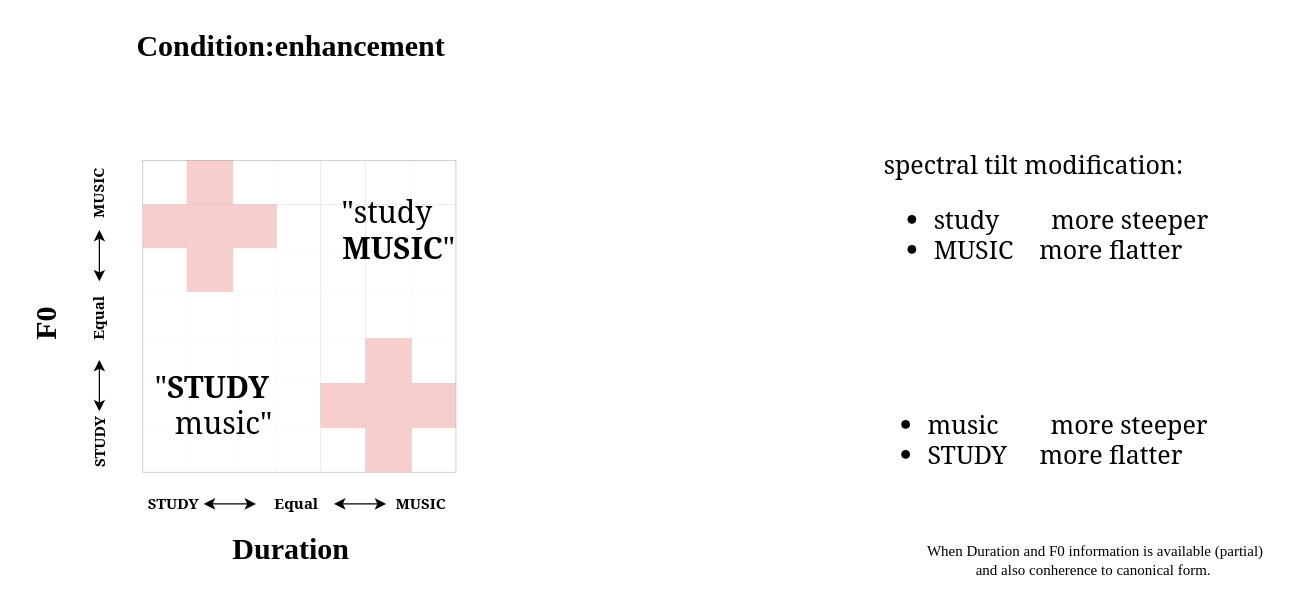
N1r/harmonic_demo keeps this draw.io diagram as Untitled Diagram.drawio. Above is the earlier version. Source tidied: cells renumbered, new cells numbered last; positions are measured from the earlier drawing's top-left corner, leaving out a move shared by most shapes. Both pictures are drawn from the tidied source at 125%, with x=0, y=0 at pixel (-58, 21).
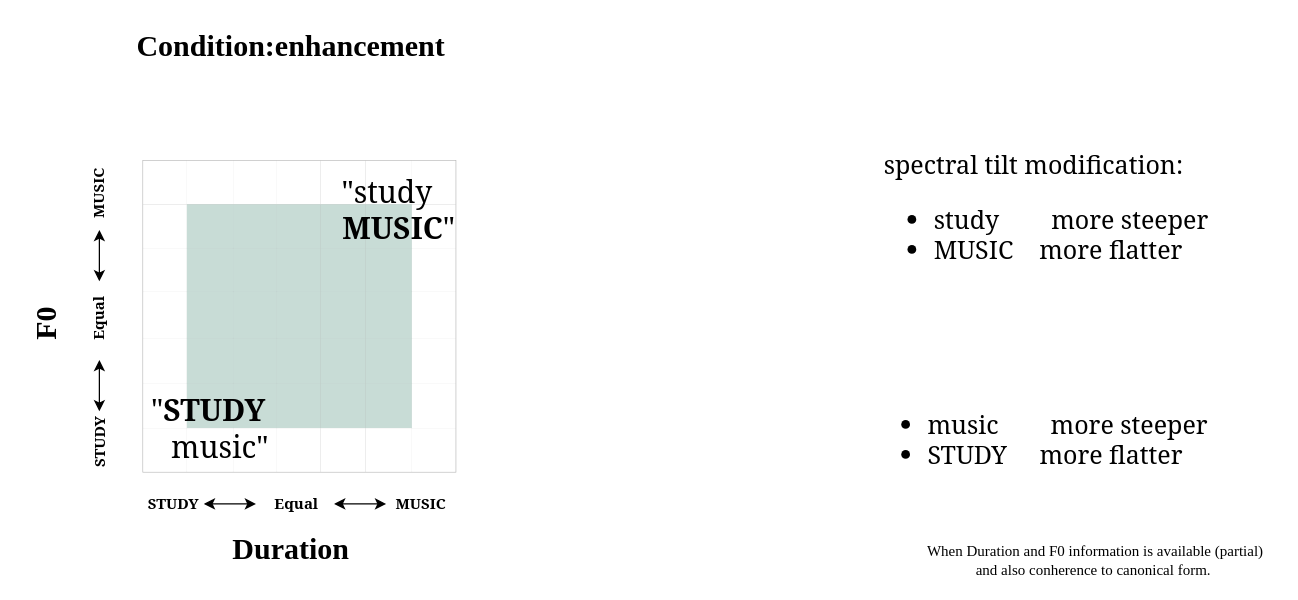
After the change.

Unchanged cells that the change refers to:
```xml
<mxCell id="3" style="shape=tableRow;horizontal=0;startSize=0;swimlaneHead=0;swimlaneBody=0;top=0;left=0;bottom=0;right=0;fillColor=none;fontFamily=Georgia;swimlaneFillColor=none;strokeColor=#CCCCCC;" parent="2" vertex="1">
  <mxGeometry width="250" height="35" as="geometry" />
</mxCell>
<mxCell id="11" style="shape=tableRow;horizontal=0;startSize=0;swimlaneHead=0;swimlaneBody=0;top=0;left=0;bottom=0;right=0;fillColor=none;fontFamily=Georgia;swimlaneFillColor=none;strokeColor=#CCCCCC;" parent="2" vertex="1">
  <mxGeometry y="35" width="250" height="35" as="geometry" />
</mxCell>
<mxCell id="19" style="shape=tableRow;horizontal=0;startSize=0;swimlaneHead=0;swimlaneBody=0;top=0;left=0;bottom=0;right=0;fillColor=none;fontFamily=Georgia;swimlaneFillColor=none;strokeColor=#CCCCCC;" parent="2" vertex="1">
  <mxGeometry y="70" width="250" height="35" as="geometry" />
</mxCell>
<mxCell id="27" style="shape=tableRow;horizontal=0;startSize=0;swimlaneHead=0;swimlaneBody=0;top=0;left=0;bottom=0;right=0;fillColor=none;fontFamily=Georgia;swimlaneFillColor=none;strokeColor=#CCCCCC;" parent="2" vertex="1">
  <mxGeometry y="105" width="250" height="37" as="geometry" />
</mxCell>
<mxCell id="35" style="shape=tableRow;horizontal=0;startSize=0;swimlaneHead=0;swimlaneBody=0;top=0;left=0;bottom=0;right=0;fillColor=none;fontFamily=Georgia;swimlaneFillColor=none;strokeColor=#CCCCCC;" parent="2" vertex="1">
  <mxGeometry y="142" width="250" height="36" as="geometry" />
</mxCell>
<mxCell id="43" style="shape=tableRow;horizontal=0;startSize=0;swimlaneHead=0;swimlaneBody=0;top=0;left=0;bottom=0;right=0;fillColor=none;fontFamily=Georgia;swimlaneFillColor=none;strokeColor=#CCCCCC;" parent="2" vertex="1">
  <mxGeometry y="178" width="250" height="36" as="geometry" />
</mxCell>
<mxCell id="51" style="shape=tableRow;horizontal=0;startSize=0;swimlaneHead=0;swimlaneBody=0;top=0;left=0;bottom=0;right=0;fillColor=none;fontFamily=Georgia;swimlaneFillColor=none;strokeColor=#CCCCCC;" parent="2" vertex="1">
  <mxGeometry y="214" width="250" height="35" as="geometry" />
</mxCell>
```

What changed in the source:
```diff
@@
-    <mxCell id="5" style="shape=partialRectangle;html=1;whiteSpace=wrap;top=0;left=0;bottom=0;right=0;overflow=hidden;fontFamily=Georgia;swimlaneFillColor=none;fillColor=#f8cecc;strokeColor=#b85450;" parent="3" vertex="1">
+    <mxCell id="5" style="shape=partialRectangle;html=1;whiteSpace=wrap;top=0;left=0;bottom=0;right=0;overflow=hidden;fontFamily=Georgia;swimlaneFillColor=none;" parent="3" vertex="1">
       <mxGeometry x="35" width="37" height="35" as="geometry" />
     </mxCell>
@@
-    <mxCell id="12" style="shape=partialRectangle;html=1;whiteSpace=wrap;top=0;left=0;bottom=0;right=0;overflow=hidden;fontFamily=Georgia;swimlaneFillColor=none;fillColor=#f8cecc;strokeColor=#b85450;" parent="11" vertex="1">
+    <mxCell id="12" style="shape=partialRectangle;html=1;whiteSpace=wrap;top=0;left=0;bottom=0;right=0;overflow=hidden;fontFamily=Georgia;swimlaneFillColor=none;" parent="11" vertex="1">
       <mxGeometry width="35" height="35" as="geometry" />
     </mxCell>
-    <mxCell id="13" style="shape=partialRectangle;html=1;whiteSpace=wrap;top=0;left=0;bottom=0;right=0;overflow=hidden;fontFamily=Georgia;swimlaneFillColor=none;fillColor=#f8cecc;strokeColor=#b85450;" parent="11" vertex="1">
+    <mxCell id="13" style="shape=partialRectangle;html=1;whiteSpace=wrap;top=0;left=0;bottom=0;right=0;overflow=hidden;fontFamily=Georgia;swimlaneFillColor=none;fillColor=#C8DCD6;strokeColor=#b85450;" parent="11" vertex="1">
       <mxGeometry x="35" width="37" height="35" as="geometry" />
     </mxCell>
-    <mxCell id="14" style="shape=partialRectangle;html=1;whiteSpace=wrap;top=0;left=0;bottom=0;right=0;overflow=hidden;fontFamily=Georgia;swimlaneFillColor=none;fillColor=#f8cecc;strokeColor=#b85450;" parent="11" vertex="1">
+    <mxCell id="14" style="shape=partialRectangle;html=1;whiteSpace=wrap;top=0;left=0;bottom=0;right=0;overflow=hidden;fontFamily=Georgia;swimlaneFillColor=none;fillColor=#C8DCD6;strokeColor=#b85450;" parent="11" vertex="1">
       <mxGeometry x="72" width="35" height="35" as="geometry" />
     </mxCell>
-    <mxCell id="15" style="shape=partialRectangle;html=1;whiteSpace=wrap;top=0;left=0;bottom=0;right=0;overflow=hidden;fontFamily=Georgia;swimlaneFillColor=none;" parent="11" vertex="1">
+    <mxCell id="15" style="shape=partialRectangle;html=1;whiteSpace=wrap;top=0;left=0;bottom=0;right=0;overflow=hidden;fontFamily=Georgia;swimlaneFillColor=none;fillColor=#C8DCD6;strokeColor=#b85450;" parent="11" vertex="1">
       <mxGeometry x="107" width="35" height="35" as="geometry" />
     </mxCell>
-    <mxCell id="16" style="shape=partialRectangle;html=1;whiteSpace=wrap;top=0;left=0;bottom=0;right=0;overflow=hidden;fontFamily=Georgia;swimlaneFillColor=none;" parent="11" vertex="1">
+    <mxCell id="16" style="shape=partialRectangle;html=1;whiteSpace=wrap;top=0;left=0;bottom=0;right=0;overflow=hidden;fontFamily=Georgia;swimlaneFillColor=none;fillColor=#C8DCD6;strokeColor=#b85450;" parent="11" vertex="1">
       <mxGeometry x="142" width="36" height="35" as="geometry" />
     </mxCell>
-    <mxCell id="17" style="shape=partialRectangle;html=1;whiteSpace=wrap;top=0;left=0;bottom=0;right=0;overflow=hidden;fontFamily=Georgia;swimlaneFillColor=none;" parent="11" vertex="1">
+    <mxCell id="17" style="shape=partialRectangle;html=1;whiteSpace=wrap;top=0;left=0;bottom=0;right=0;overflow=hidden;fontFamily=Georgia;swimlaneFillColor=none;fillColor=#C8DCD6;strokeColor=#b85450;" parent="11" vertex="1">
       <mxGeometry x="178" width="37" height="35" as="geometry" />
     </mxCell>
@@
-    <mxCell id="21" style="shape=partialRectangle;html=1;whiteSpace=wrap;top=0;left=0;bottom=0;right=0;overflow=hidden;fontFamily=Georgia;swimlaneFillColor=none;fillColor=#f8cecc;strokeColor=#b85450;" parent="19" vertex="1">
+    <mxCell id="21" style="shape=partialRectangle;html=1;whiteSpace=wrap;top=0;left=0;bottom=0;right=0;overflow=hidden;fontFamily=Georgia;swimlaneFillColor=none;fillColor=#C8DCD6;strokeColor=#b85450;" parent="19" vertex="1">
       <mxGeometry x="35" width="37" height="35" as="geometry" />
     </mxCell>
-    <mxCell id="22" style="shape=partialRectangle;html=1;whiteSpace=wrap;top=0;left=0;bottom=0;right=0;overflow=hidden;fontFamily=Georgia;swimlaneFillColor=none;" parent="19" vertex="1">
+    <mxCell id="22" style="shape=partialRectangle;html=1;whiteSpace=wrap;top=0;left=0;bottom=0;right=0;overflow=hidden;fontFamily=Georgia;swimlaneFillColor=none;fillColor=#C8DCD6;strokeColor=#b85450;" parent="19" vertex="1">
       <mxGeometry x="72" width="35" height="35" as="geometry" />
     </mxCell>
-    <mxCell id="23" style="shape=partialRectangle;html=1;whiteSpace=wrap;top=0;left=0;bottom=0;right=0;overflow=hidden;fontFamily=Georgia;swimlaneFillColor=none;" parent="19" vertex="1">
+    <mxCell id="23" style="shape=partialRectangle;html=1;whiteSpace=wrap;top=0;left=0;bottom=0;right=0;overflow=hidden;fontFamily=Georgia;swimlaneFillColor=none;fillColor=#C8DCD6;strokeColor=#b85450;" parent="19" vertex="1">
       <mxGeometry x="107" width="35" height="35" as="geometry" />
     </mxCell>
-    <mxCell id="24" style="shape=partialRectangle;html=1;whiteSpace=wrap;top=0;left=0;bottom=0;right=0;overflow=hidden;fontFamily=Georgia;swimlaneFillColor=none;" parent="19" vertex="1">
+    <mxCell id="24" style="shape=partialRectangle;html=1;whiteSpace=wrap;top=0;left=0;bottom=0;right=0;overflow=hidden;fontFamily=Georgia;swimlaneFillColor=none;fillColor=#C8DCD6;strokeColor=#b85450;" parent="19" vertex="1">
       <mxGeometry x="142" width="36" height="35" as="geometry" />
     </mxCell>
-    <mxCell id="25" style="shape=partialRectangle;html=1;whiteSpace=wrap;top=0;left=0;bottom=0;right=0;overflow=hidden;fontFamily=Georgia;swimlaneFillColor=none;" parent="19" vertex="1">
+    <mxCell id="25" style="shape=partialRectangle;html=1;whiteSpace=wrap;top=0;left=0;bottom=0;right=0;overflow=hidden;fontFamily=Georgia;swimlaneFillColor=none;fillColor=#C8DCD6;strokeColor=#b85450;" parent="19" vertex="1">
       <mxGeometry x="178" width="37" height="35" as="geometry" />
     </mxCell>
@@
-    <mxCell id="29" style="shape=partialRectangle;html=1;whiteSpace=wrap;top=0;left=0;bottom=0;right=0;overflow=hidden;fontFamily=Georgia;swimlaneFillColor=none;" parent="27" vertex="1">
+    <mxCell id="29" style="shape=partialRectangle;html=1;whiteSpace=wrap;top=0;left=0;bottom=0;right=0;overflow=hidden;fontFamily=Georgia;swimlaneFillColor=none;fillColor=#C8DCD6;strokeColor=#b85450;" parent="27" vertex="1">
       <mxGeometry x="35" width="37" height="37" as="geometry" />
     </mxCell>
-    <mxCell id="30" style="shape=partialRectangle;html=1;whiteSpace=wrap;top=0;left=0;bottom=0;right=0;overflow=hidden;fontFamily=Georgia;swimlaneFillColor=none;" parent="27" vertex="1">
+    <mxCell id="30" style="shape=partialRectangle;html=1;whiteSpace=wrap;top=0;left=0;bottom=0;right=0;overflow=hidden;fontFamily=Georgia;swimlaneFillColor=none;fillColor=#C8DCD6;strokeColor=#b85450;" parent="27" vertex="1">
       <mxGeometry x="72" width="35" height="37" as="geometry" />
     </mxCell>
-    <mxCell id="31" style="shape=partialRectangle;html=1;whiteSpace=wrap;top=0;left=0;bottom=0;right=0;overflow=hidden;fontFamily=Georgia;swimlaneFillColor=none;" parent="27" vertex="1">
+    <mxCell id="31" style="shape=partialRectangle;html=1;whiteSpace=wrap;top=0;left=0;bottom=0;right=0;overflow=hidden;fontFamily=Georgia;swimlaneFillColor=none;fillColor=#C8DCD6;strokeColor=#b85450;" parent="27" vertex="1">
       <mxGeometry x="107" width="35" height="37" as="geometry" />
     </mxCell>
-    <mxCell id="32" style="shape=partialRectangle;html=1;whiteSpace=wrap;top=0;left=0;bottom=0;right=0;overflow=hidden;fontFamily=Georgia;swimlaneFillColor=none;" parent="27" vertex="1">
+    <mxCell id="32" style="shape=partialRectangle;html=1;whiteSpace=wrap;top=0;left=0;bottom=0;right=0;overflow=hidden;fontFamily=Georgia;swimlaneFillColor=none;fillColor=#C8DCD6;strokeColor=#b85450;" parent="27" vertex="1">
       <mxGeometry x="142" width="36" height="37" as="geometry" />
     </mxCell>
-    <mxCell id="33" style="shape=partialRectangle;html=1;whiteSpace=wrap;top=0;left=0;bottom=0;right=0;overflow=hidden;fontFamily=Georgia;swimlaneFillColor=none;" parent="27" vertex="1">
+    <mxCell id="33" style="shape=partialRectangle;html=1;whiteSpace=wrap;top=0;left=0;bottom=0;right=0;overflow=hidden;fontFamily=Georgia;swimlaneFillColor=none;fillColor=#C8DCD6;strokeColor=#b85450;" parent="27" vertex="1">
       <mxGeometry x="178" width="37" height="37" as="geometry" />
     </mxCell>
@@
-    <mxCell id="37" style="shape=partialRectangle;html=1;whiteSpace=wrap;top=0;left=0;bottom=0;right=0;overflow=hidden;fontFamily=Georgia;swimlaneFillColor=none;" parent="35" vertex="1">
+    <mxCell id="37" style="shape=partialRectangle;html=1;whiteSpace=wrap;top=0;left=0;bottom=0;right=0;overflow=hidden;fontFamily=Georgia;swimlaneFillColor=none;fillColor=#C8DCD6;strokeColor=#b85450;" parent="35" vertex="1">
       <mxGeometry x="35" width="37" height="36" as="geometry" />
     </mxCell>
-    <mxCell id="38" style="shape=partialRectangle;html=1;whiteSpace=wrap;top=0;left=0;bottom=0;right=0;overflow=hidden;fontFamily=Georgia;swimlaneFillColor=none;" parent="35" vertex="1">
+    <mxCell id="38" style="shape=partialRectangle;html=1;whiteSpace=wrap;top=0;left=0;bottom=0;right=0;overflow=hidden;fontFamily=Georgia;swimlaneFillColor=none;fillColor=#C8DCD6;strokeColor=#b85450;" parent="35" vertex="1">
       <mxGeometry x="72" width="35" height="36" as="geometry" />
     </mxCell>
-    <mxCell id="39" style="shape=partialRectangle;html=1;whiteSpace=wrap;top=0;left=0;bottom=0;right=0;overflow=hidden;fontFamily=Georgia;swimlaneFillColor=none;" parent="35" vertex="1">
+    <mxCell id="39" style="shape=partialRectangle;html=1;whiteSpace=wrap;top=0;left=0;bottom=0;right=0;overflow=hidden;fontFamily=Georgia;swimlaneFillColor=none;fillColor=#C8DCD6;strokeColor=#b85450;" parent="35" vertex="1">
       <mxGeometry x="107" width="35" height="36" as="geometry" />
     </mxCell>
-    <mxCell id="40" style="shape=partialRectangle;html=1;whiteSpace=wrap;top=0;left=0;bottom=0;right=0;overflow=hidden;fontFamily=Georgia;swimlaneFillColor=none;" parent="35" vertex="1">
+    <mxCell id="40" style="shape=partialRectangle;html=1;whiteSpace=wrap;top=0;left=0;bottom=0;right=0;overflow=hidden;fontFamily=Georgia;swimlaneFillColor=none;fillColor=#C8DCD6;strokeColor=#b85450;" parent="35" vertex="1">
       <mxGeometry x="142" width="36" height="36" as="geometry" />
     </mxCell>
-    <mxCell id="41" style="shape=partialRectangle;html=1;whiteSpace=wrap;top=0;left=0;bottom=0;right=0;overflow=hidden;fontFamily=Georgia;swimlaneFillColor=none;fillColor=#f8cecc;strokeColor=#000000;strokeWidth=5;fillStyle=auto;gradientColor=none;perimeterSpacing=1;" parent="35" vertex="1">
+    <mxCell id="41" style="shape=partialRectangle;html=1;whiteSpace=wrap;top=0;left=0;bottom=0;right=0;overflow=hidden;fontFamily=Georgia;swimlaneFillColor=none;fillColor=#C8DCD6;strokeColor=#b85450;strokeWidth=5;fillStyle=auto;perimeterSpacing=1;" parent="35" vertex="1">
       <mxGeometry x="178" width="37" height="36" as="geometry" />
     </mxCell>
@@
-    <mxCell id="45" style="shape=partialRectangle;html=1;whiteSpace=wrap;top=0;left=0;bottom=0;right=0;overflow=hidden;fontFamily=Georgia;swimlaneFillColor=none;" parent="43" vertex="1">
+    <mxCell id="45" style="shape=partialRectangle;html=1;whiteSpace=wrap;top=0;left=0;bottom=0;right=0;overflow=hidden;fontFamily=Georgia;swimlaneFillColor=none;fillColor=#C8DCD6;strokeColor=#b85450;" parent="43" vertex="1">
       <mxGeometry x="35" width="37" height="36" as="geometry" />
     </mxCell>
-    <mxCell id="46" style="shape=partialRectangle;html=1;whiteSpace=wrap;top=0;left=0;bottom=0;right=0;overflow=hidden;fontFamily=Georgia;swimlaneFillColor=none;" parent="43" vertex="1">
+    <mxCell id="46" style="shape=partialRectangle;html=1;whiteSpace=wrap;top=0;left=0;bottom=0;right=0;overflow=hidden;fontFamily=Georgia;swimlaneFillColor=none;fillColor=#C8DCD6;strokeColor=#b85450;" parent="43" vertex="1">
       <mxGeometry x="72" width="35" height="36" as="geometry" />
     </mxCell>
-    <mxCell id="47" style="shape=partialRectangle;html=1;whiteSpace=wrap;top=0;left=0;bottom=0;right=0;overflow=hidden;fontFamily=Georgia;swimlaneFillColor=none;" parent="43" vertex="1">
+    <mxCell id="47" style="shape=partialRectangle;html=1;whiteSpace=wrap;top=0;left=0;bottom=0;right=0;overflow=hidden;fontFamily=Georgia;swimlaneFillColor=none;fillColor=#C8DCD6;strokeColor=#b85450;" parent="43" vertex="1">
       <mxGeometry x="107" width="35" height="36" as="geometry" />
     </mxCell>
-    <mxCell id="48" style="shape=partialRectangle;html=1;whiteSpace=wrap;top=0;left=0;bottom=0;right=0;overflow=hidden;fontFamily=Georgia;swimlaneFillColor=none;fillColor=#f8cecc;strokeColor=#b85450;" parent="43" vertex="1">
+    <mxCell id="48" style="shape=partialRectangle;html=1;whiteSpace=wrap;top=0;left=0;bottom=0;right=0;overflow=hidden;fontFamily=Georgia;swimlaneFillColor=none;fillColor=#C8DCD6;strokeColor=#b85450;" parent="43" vertex="1">
       <mxGeometry x="142" width="36" height="36" as="geometry" />
     </mxCell>
-    <mxCell id="49" style="shape=partialRectangle;html=1;whiteSpace=wrap;top=0;left=0;bottom=0;right=0;overflow=hidden;fontFamily=Georgia;swimlaneFillColor=none;fillColor=#f8cecc;strokeColor=#000000;strokeWidth=5;fillStyle=auto;gradientColor=none;perimeterSpacing=1;" parent="43" vertex="1">
+    <mxCell id="49" style="shape=partialRectangle;html=1;whiteSpace=wrap;top=0;left=0;bottom=0;right=0;overflow=hidden;fontFamily=Georgia;swimlaneFillColor=none;fillColor=#C8DCD6;strokeColor=#b85450;strokeWidth=5;fillStyle=auto;perimeterSpacing=1;" parent="43" vertex="1">
       <mxGeometry x="178" width="37" height="36" as="geometry" />
     </mxCell>
-    <mxCell id="50" style="shape=partialRectangle;html=1;whiteSpace=wrap;top=0;left=0;bottom=0;right=0;overflow=hidden;fontFamily=Georgia;swimlaneFillColor=none;fillColor=#f8cecc;strokeColor=#b85450;" parent="43" vertex="1">
+    <mxCell id="50" style="shape=partialRectangle;html=1;whiteSpace=wrap;top=0;left=0;bottom=0;right=0;overflow=hidden;fontFamily=Georgia;swimlaneFillColor=none;" parent="43" vertex="1">
       <mxGeometry x="215" width="35" height="36" as="geometry" />
     </mxCell>
@@
-    <mxCell id="57" style="shape=partialRectangle;html=1;whiteSpace=wrap;top=0;left=0;bottom=0;right=0;overflow=hidden;fontFamily=Georgia;swimlaneFillColor=none;fillColor=#f8cecc;strokeColor=#000000;strokeWidth=5;fillStyle=auto;gradientColor=none;perimeterSpacing=1;" parent="51" vertex="1">
+    <mxCell id="57" style="shape=partialRectangle;html=1;whiteSpace=wrap;top=0;left=0;bottom=0;right=0;overflow=hidden;fontFamily=Georgia;swimlaneFillColor=none;strokeWidth=5;fillStyle=auto;perimeterSpacing=1;" parent="51" vertex="1">
       <mxGeometry x="178" width="37" height="35" as="geometry" />
     </mxCell>
@@
     <mxCell id="59" value="&lt;span style=&quot;font-weight: 400;&quot;&gt;&quot;&lt;/span&gt;STUDY&lt;br&gt;&lt;span style=&quot;font-weight: normal;&quot;&gt;&amp;nbsp; &amp;nbsp;music&quot;&lt;/span&gt;" style="text;strokeColor=none;fillColor=none;html=1;fontSize=24;fontStyle=1;verticalAlign=middle;align=center;fontFamily=Georgia;" parent="1" vertex="1">
-      <mxGeometry x="160" y="281" width="110" height="50" as="geometry" />
+      <mxGeometry x="157" y="300" width="110" height="50" as="geometry" />
     </mxCell>
     <mxCell id="60" value="&lt;span style=&quot;font-weight: 400;&quot;&gt;&quot;study&lt;/span&gt;&lt;br&gt;&lt;span style=&quot;font-weight: normal;&quot;&gt;&amp;nbsp; &amp;nbsp;&lt;/span&gt;MUSIC&lt;span style=&quot;font-weight: normal;&quot;&gt;&quot;&lt;/span&gt;" style="text;strokeColor=none;fillColor=none;html=1;fontSize=24;fontStyle=1;verticalAlign=middle;align=center;fontFamily=Georgia;" parent="1" vertex="1">
-      <mxGeometry x="300" y="141" width="110" height="50" as="geometry" />
+      <mxGeometry x="300" y="125" width="110" height="50" as="geometry" />
     </mxCell>
```
